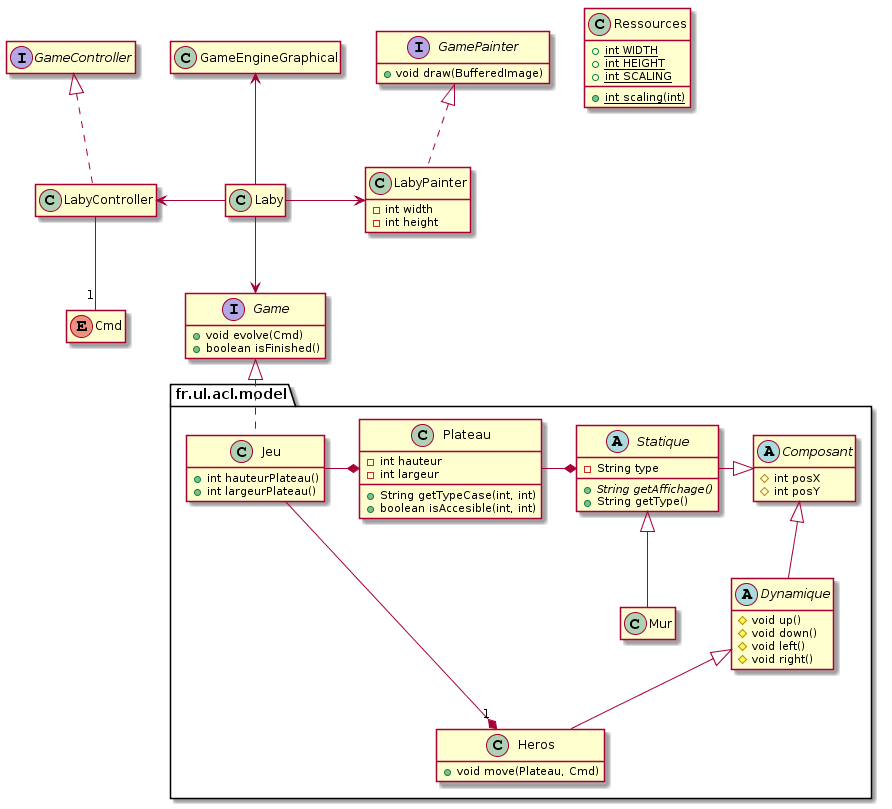
Above: design/conception-3/model.png in genard1u/ACL2018-Groupe5 (PlantUML), before the change.
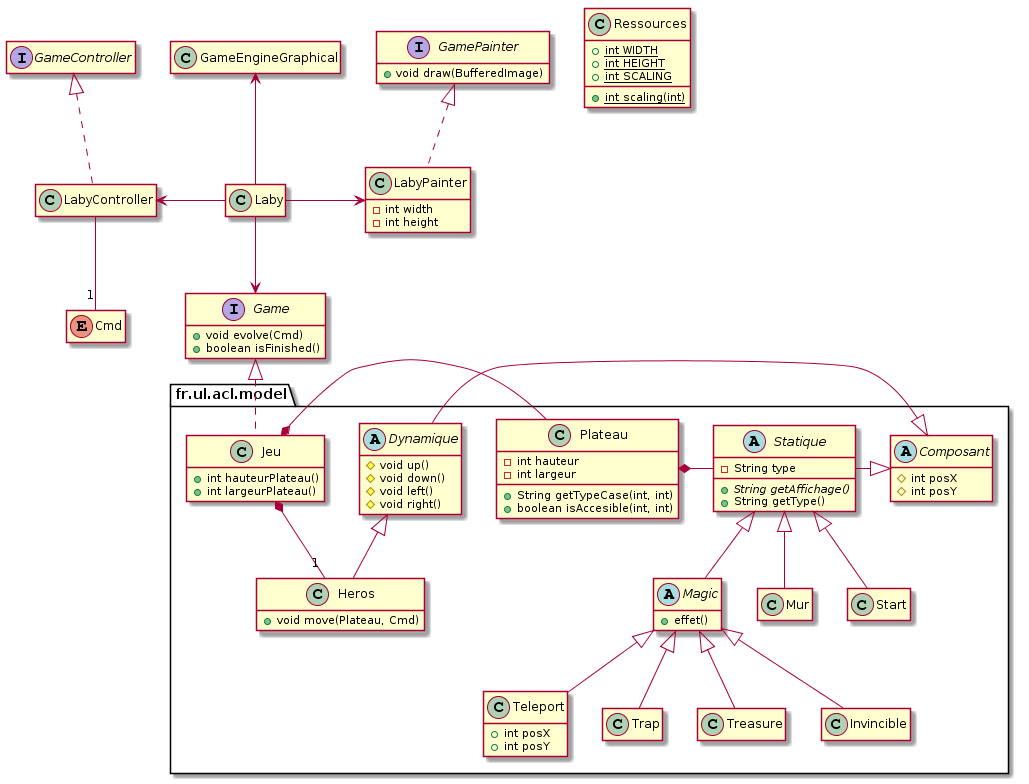
The same file after the commit.

Change to the diagram source:
```diff
@@ -2,92 +2,101 @@
 class Laby
 
   class LabyController
-
-  class Ressources {
+   class Ressources {
     +{static}int WIDTH
     +{static}int HEIGHT
     +{static}int SCALING
     +{static}int scaling(int)
   }
-
-  class LabyPainter {
+   class LabyPainter {
     -int width
     -int height
   }
-
-  class GameEngineGraphical
-
-  Interface GamePainter {
+   class GameEngineGraphical
+   Interface GamePainter {
     +void draw(BufferedImage)
   }
-
-  Interface GameController
-
-  Enum Cmd
-
-  GameController <|.. LabyController
+   Interface GameController
+   Enum Cmd
+   GameController <|.. LabyController
   GamePainter <|.. LabyPainter
   LabyController -- "1" Cmd
   GameEngineGraphical <-- Laby
   Laby --> Game
   Laby -> LabyPainter
   LabyController <- Laby
-
-package fr.ul.acl.model {
+ package fr.ul.acl.model {
   abstract class Composant {
     #int posX
     #int posY
   }
-
-  abstract class Dynamique {
+   abstract class Dynamique {
     #void up()
     #void down()
     #void left()
     #void right()
   }
-
-  class Heros {
+   class Heros {
     +void move(Plateau, Cmd)
   }
-
-  class Jeu {
+   class Jeu {
     +int hauteurPlateau()
     +int largeurPlateau()
   }
-
-  class Plateau {
+   class Plateau {
     -int hauteur
     -int largeur
     +String getTypeCase(int, int)
     +boolean isAccesible(int, int)
   }
-
-  abstract class Statique {
+   abstract class Statique {
     -String type
     +{abstract} String getAffichage()
     +String getType()
   }
 
+  abstract class Magic{
+    +effet()
+  }
+
   class Mur
 
-  Composant <|-- Dynamique
+  class Teleport{
+    +int posX
+    +int posY
+  }
+
+  class Trap
+
+  class Start
+
+  class Treasure
+
+  class Invincible
+
+  Composant <|- Dynamique
   Dynamique <|-- Heros
   Statique <|-- Mur
   Statique -|> Composant
 
-  Jeu -* "1" Heros
-  Jeu -* Plateau
+  Jeu *- "1" Heros
+  Jeu *- Plateau
+  Plateau *- Statique
 
-  Plateau -* Statique
+  Statique <|-- Magic
+  Statique <|-- Start
+  Magic <|-- Teleport
+  Magic <|-- Trap
+  Magic <|-- Treasure
+  Magic <|-- Invincible
+
+
 }
-
-  interface Game {
+   interface Game {
     +void evolve(Cmd)
     +boolean isFinished()
   }
 
-
-Game <|.. Jeu
-
-hide empty members
+ Game <|.. Jeu
+ hide empty members
 @enduml
```
